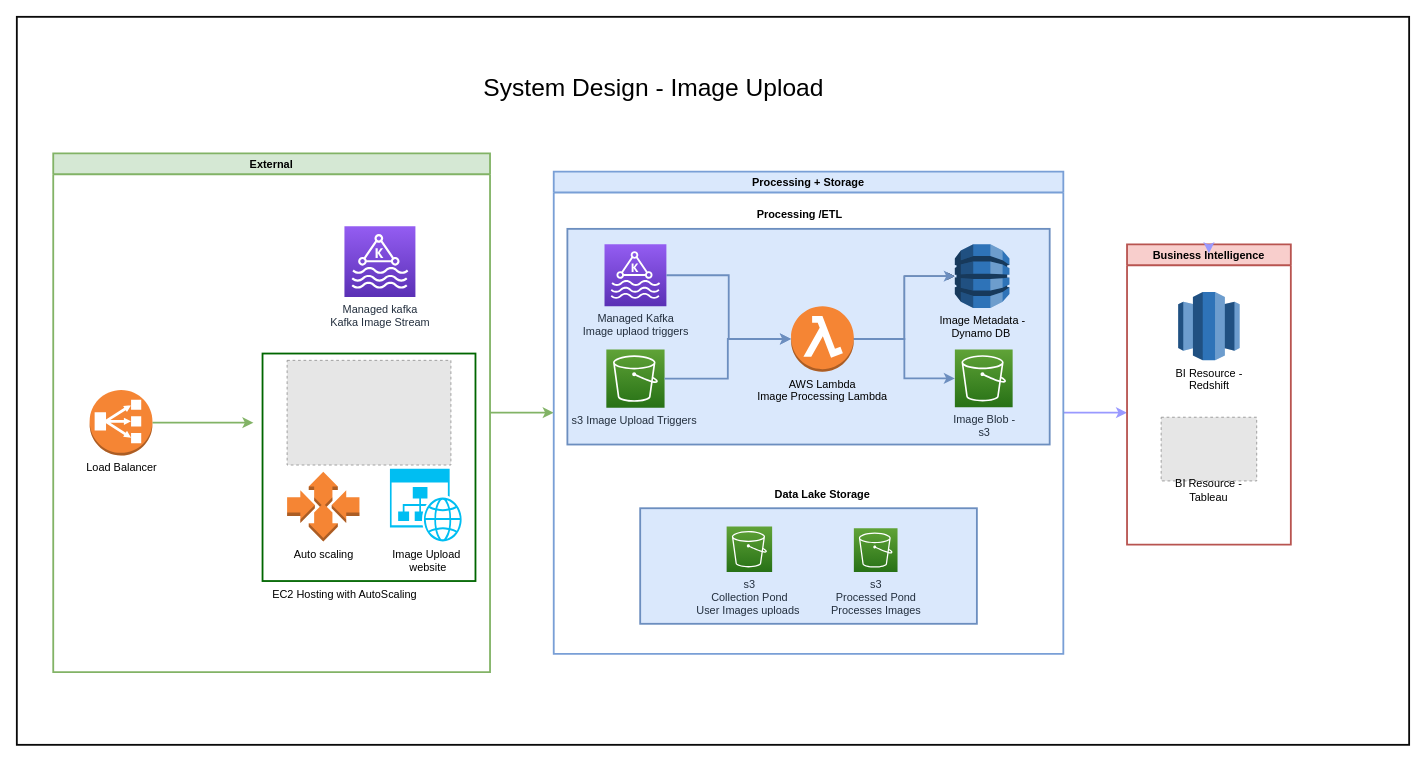
Before: Section 3 - System Design/data-engineering-challenge-system-design.drawio in nickefy/data-engineer-tech-challenge-sg, a draw.io diagram. Source tidied: cells renumbered, new cells numbered last; positions are measured from the earlier drawing's top-left corner, leaving out a move shared by most shapes. Both pictures are drawn from the tidied source at 91%, with x=0, y=0 at pixel (16, 16). Pictures stored in the file or linked from it are replaced by grey dashed boxes.
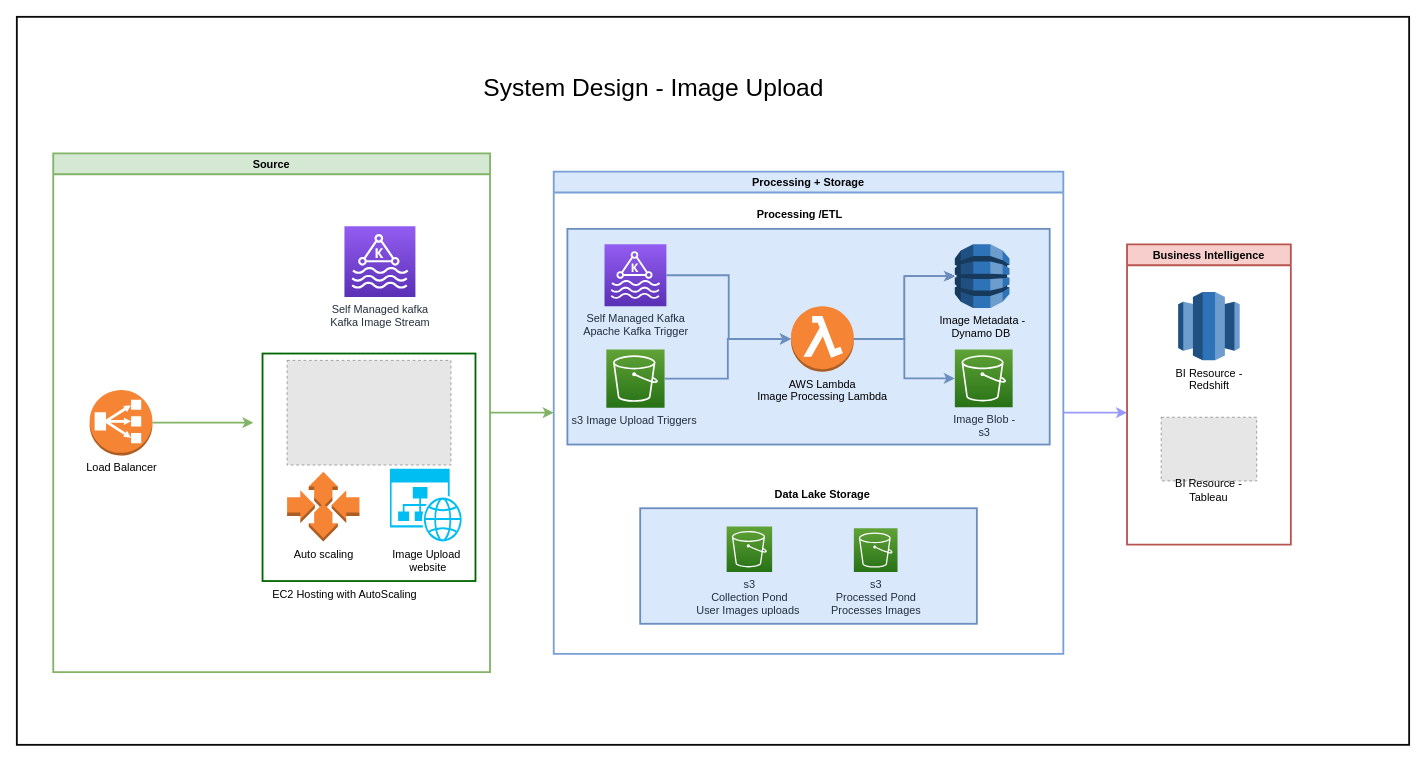
Above is the later version.

Commit message:
Add modifications to the system design diagram

Unchanged cells that the change refers to:
```xml
<mxCell id="14" value="Processing + Storage" style="swimlane;strokeWidth=2;strokeColor=#799FD6;fillColor=#dae8fc;" parent="1" vertex="1">
  <mxGeometry x="590" y="170" width="560" height="530" as="geometry" />
</mxCell>
<mxCell id="31" value="Business Intelligence" style="swimlane;strokeColor=#b85450;strokeWidth=2;fillColor=#f8cecc;" parent="1" vertex="1">
  <mxGeometry x="1220" y="250" width="180" height="330" as="geometry" />
</mxCell>
```

Diff of the diagram source:
```diff
@@
-    <mxCell id="4" value="External" style="swimlane;strokeWidth=2;strokeColor=#82b366;fillColor=#d5e8d4;" parent="1" vertex="1">
+    <mxCell id="4" value="Source" style="swimlane;strokeWidth=2;strokeColor=#82b366;fillColor=#d5e8d4;" parent="1" vertex="1">
       <mxGeometry x="40" y="150" width="480" height="570" as="geometry" />
     </mxCell>
@@
-    <mxCell id="7" value="Managed kafka&lt;br&gt;Kafka Image Stream" style="sketch=0;fontColor=#232F3E;gradientColor=#945DF2;gradientDirection=north;fillColor=#5A30B5;strokeColor=#ffffff;dashed=0;verticalLabelPosition=bottom;verticalAlign=top;align=center;html=1;fontSize=12;fontStyle=0;shape=mxgraph.aws4.resourceIcon;resIcon=mxgraph.aws4.managed_streaming_for_kafka;" parent="4" vertex="1">
+    <mxCell id="7" value="Self Managed kafka&lt;br&gt;Kafka Image Stream" style="sketch=0;fontColor=#232F3E;gradientColor=#945DF2;gradientDirection=north;fillColor=#5A30B5;strokeColor=#ffffff;dashed=0;verticalLabelPosition=bottom;verticalAlign=top;align=center;html=1;fontSize=12;fontStyle=0;shape=mxgraph.aws4.resourceIcon;resIcon=mxgraph.aws4.managed_streaming_for_kafka;" parent="4" vertex="1">
       <mxGeometry x="320" y="80" width="78" height="78" as="geometry" />
     </mxCell>
@@
-    <mxCell id="17" value="Managed Kafka&lt;br&gt;Image uplaod triggers" style="sketch=0;points=[[0,0,0],[0.25,0,0],[0.5,0,0],[0.75,0,0],[1,0,0],[0,1,0],[0.25,1,0],[0.5,1,0],[0.75,1,0],[1,1,0],[0,0.25,0],[0,0.5,0],[0,0.75,0],[1,0.25,0],[1,0.5,0],[1,0.75,0]];outlineConnect=0;fontColor=#232F3E;gradientColor=#945DF2;gradientDirection=north;fillColor=#5A30B5;strokeColor=#ffffff;dashed=0;verticalLabelPosition=bottom;verticalAlign=top;align=center;html=1;fontSize=12;fontStyle=0;shape=mxgraph.aws4.resourceIcon;resIcon=mxgraph.aws4.managed_streaming_for_kafka;" parent="14" vertex="1">
+    <mxCell id="17" value="Self Managed Kafka&lt;br&gt;Apache Kafka Trigger" style="sketch=0;points=[[0,0,0],[0.25,0,0],[0.5,0,0],[0.75,0,0],[1,0,0],[0,1,0],[0.25,1,0],[0.5,1,0],[0.75,1,0],[1,1,0],[0,0.25,0],[0,0.5,0],[0,0.75,0],[1,0.25,0],[1,0.5,0],[1,0.75,0]];outlineConnect=0;fontColor=#232F3E;gradientColor=#945DF2;gradientDirection=north;fillColor=#5A30B5;strokeColor=#ffffff;dashed=0;verticalLabelPosition=bottom;verticalAlign=top;align=center;html=1;fontSize=12;fontStyle=0;shape=mxgraph.aws4.resourceIcon;resIcon=mxgraph.aws4.managed_streaming_for_kafka;" parent="14" vertex="1">
       <mxGeometry x="55.8" y="80" width="68" height="68" as="geometry" />
     </mxCell>
@@
-    <mxCell id="35" style="edgeStyle=orthogonalEdgeStyle;rounded=0;orthogonalLoop=1;jettySize=auto;html=1;exitX=0.5;exitY=0;exitDx=0;exitDy=0;entryX=0.5;entryY=0.03;entryDx=0;entryDy=0;entryPerimeter=0;strokeColor=#9999FF;strokeWidth=2;" parent="1" edge="1" source="31" target="31">
-      <mxGeometry relative="1" as="geometry" />
-    </mxCell>
```
